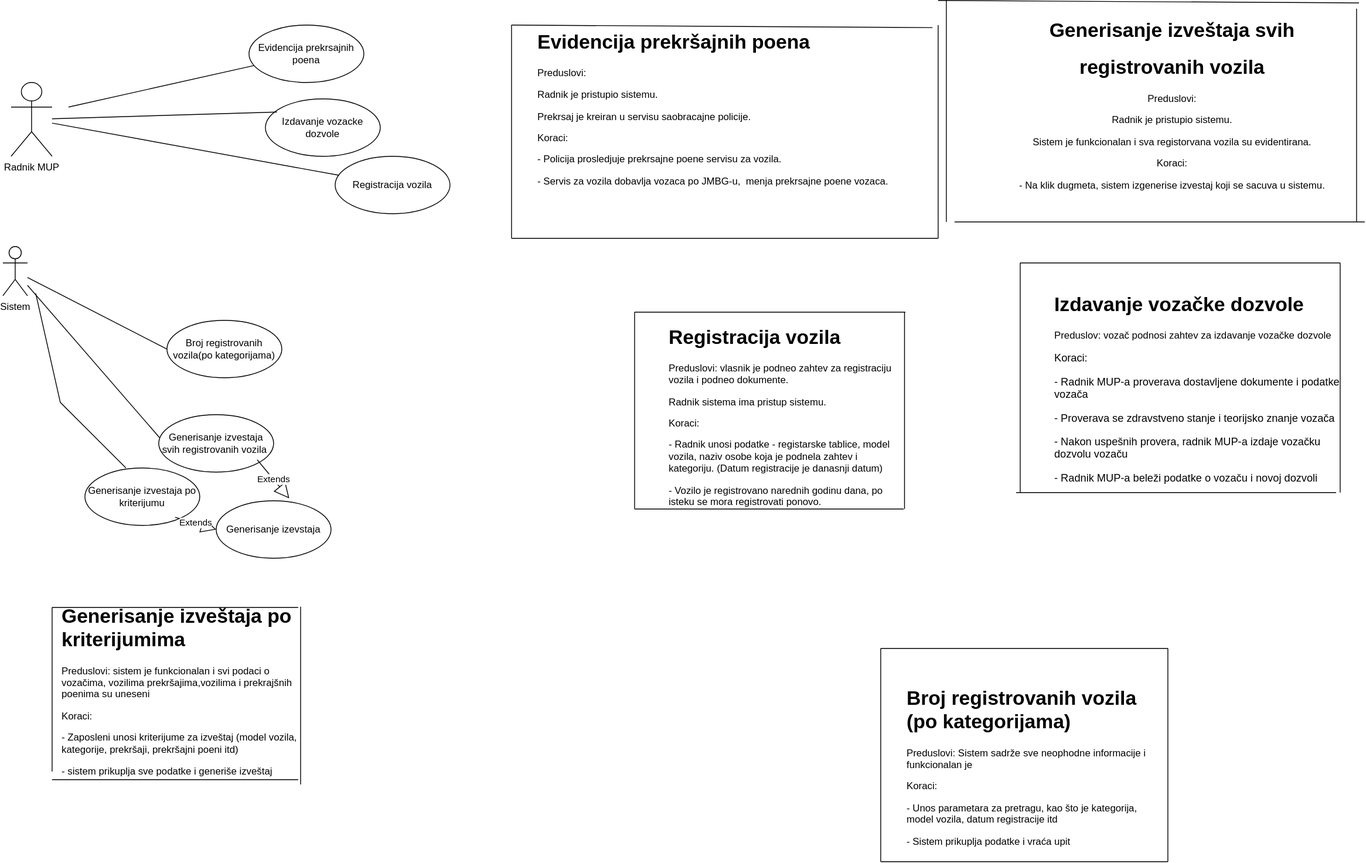
Earlier version of the draw.io export Diagrams/MupVozila_UseCaseDiagram.svg (anna02272/EGovernment). Source tidied: cells renumbered, new cells last; positions are measured from the earlier drawing's top-left corner, leaving out a move shared by most shapes.
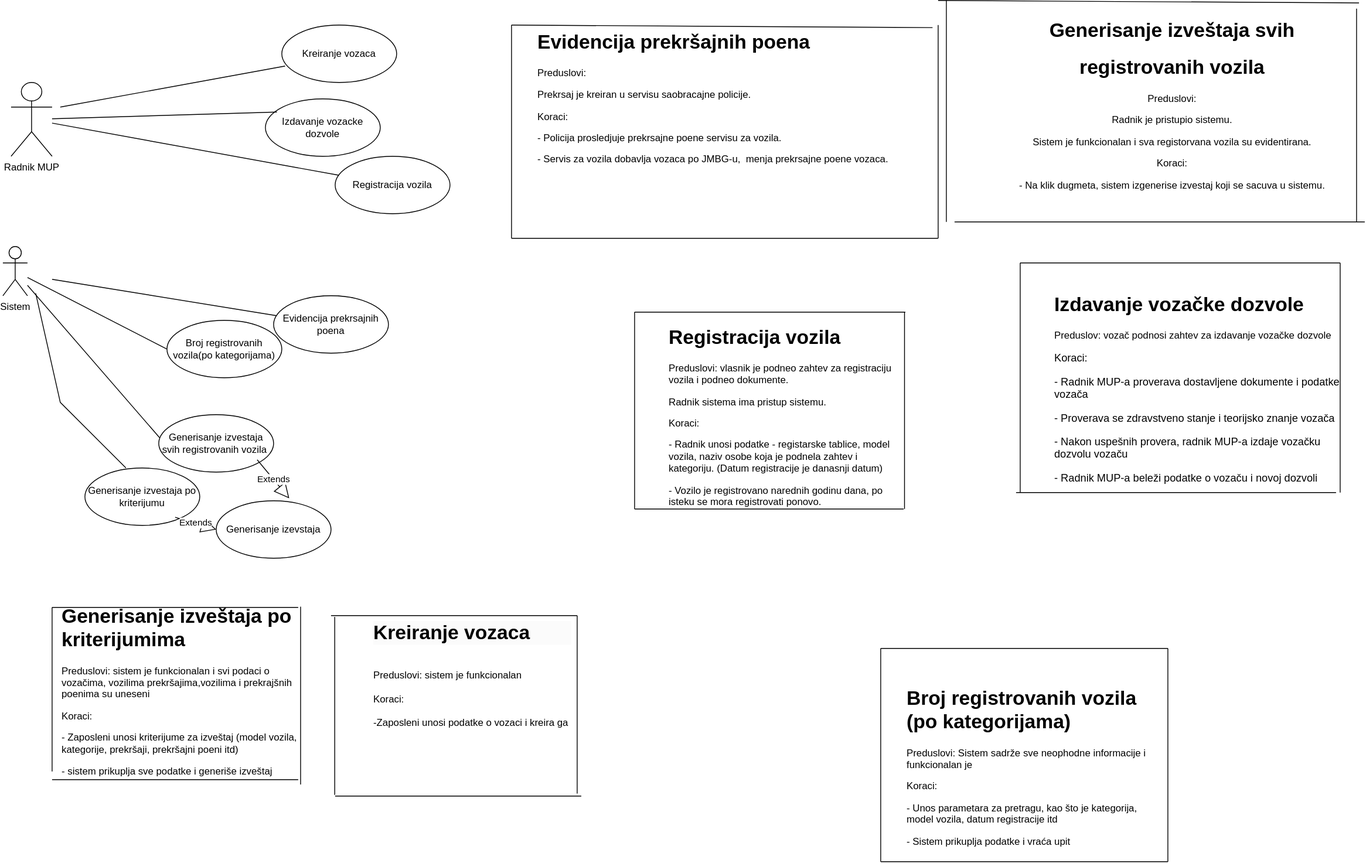
After the change.

The edit, as a diff of the source:
```diff
@@ -7,11 +7,11 @@
     </mxCell>
     <mxCell id="3" style="endArrow=none;html=1;rounded=0;" parent="1" edge="1" target="4">
       <mxGeometry relative="1" as="geometry">
-        <mxPoint x="80" y="130" as="sourcePoint" />
+        <mxPoint x="60" y="340" as="sourcePoint" />
       </mxGeometry>
     </mxCell>
     <mxCell id="4" value="Evidencija prekrsajnih poena" style="ellipse;whiteSpace=wrap;html=1;" parent="1" vertex="1">
-      <mxGeometry x="300" y="30" width="140" height="70" as="geometry" />
+      <mxGeometry x="330" y="360" width="140" height="70" as="geometry" />
     </mxCell>
     <mxCell id="5" value="Registracija vozila" style="ellipse;whiteSpace=wrap;html=1;" parent="1" vertex="1">
       <mxGeometry x="405" y="190" width="140" height="70" as="geometry" />
@@ -40,7 +40,7 @@
     <mxCell id="13" style="endArrow=none;html=1;rounded=0;entryX=0;entryY=0.5;entryDx=0;entryDy=0;" parent="1" edge="1" source="9" target="10">
       <mxGeometry relative="1" as="geometry" />
     </mxCell>
-    <mxCell id="14" value="&lt;h1 style=&quot;margin-top: 0px;&quot;&gt;Evidencija prekršajnih poena&amp;nbsp;&lt;/h1&gt;&lt;p&gt;Preduslovi:&lt;/p&gt;&lt;p&gt;Radnik je pristupio sistemu.&lt;/p&gt;&lt;p&gt;Prekrsaj je kreiran u servisu saobracajne policije.&lt;/p&gt;&lt;p&gt;Koraci:&lt;/p&gt;&lt;p&gt;- Policija prosledjuje prekrsajne poene servisu za vozila.&lt;/p&gt;&lt;p&gt;- Servis za vozila dobavlja vozaca po JMBG-u,&amp;nbsp; menja prekrsajne poene vozaca.&lt;/p&gt;&lt;p&gt;&lt;br&gt;&lt;/p&gt;" style="text;html=1;whiteSpace=wrap;overflow=hidden;rounded=0;" parent="1" vertex="1">
+    <mxCell id="14" value="&lt;h1 style=&quot;margin-top: 0px;&quot;&gt;Evidencija prekršajnih poena&amp;nbsp;&lt;/h1&gt;&lt;p&gt;Preduslovi:&lt;/p&gt;&lt;p&gt;&lt;span style=&quot;background-color: initial;&quot;&gt;Prekrsaj je kreiran u servisu saobracajne policije.&lt;/span&gt;&lt;br&gt;&lt;/p&gt;&lt;p&gt;Koraci:&lt;/p&gt;&lt;p&gt;- Policija prosledjuje prekrsajne poene servisu za vozila.&lt;/p&gt;&lt;p&gt;- Servis za vozila dobavlja vozaca po JMBG-u,&amp;nbsp; menja prekrsajne poene vozaca.&lt;/p&gt;&lt;p&gt;&lt;br&gt;&lt;/p&gt;" style="text;html=1;whiteSpace=wrap;overflow=hidden;rounded=0;" parent="1" vertex="1">
       <mxGeometry x="650" y="30" width="490" height="260" as="geometry" />
     </mxCell>
     <mxCell id="15" style="endArrow=none;html=1;rounded=0;exitX=1;exitY=0;exitDx=0;exitDy=0;entryX=1;entryY=1;entryDx=0;entryDy=0;" parent="1" edge="1" source="14" target="14">
@@ -224,5 +224,41 @@
         <mxPoint x="1660" y="270" as="targetPoint" />
       </mxGeometry>
     </mxCell>
+    <mxCell id="49" style="endArrow=none;html=1;rounded=0;entryX=0.1;entryY=0.229;entryDx=0;entryDy=0;entryPerimeter=0;" parent="1" edge="1">
+      <mxGeometry relative="1" as="geometry">
+        <mxPoint x="70" y="130" as="sourcePoint" />
+        <mxPoint x="344" y="80" as="targetPoint" />
+      </mxGeometry>
+    </mxCell>
+    <mxCell id="50" value="Kreiranje vozaca" style="ellipse;whiteSpace=wrap;html=1;" parent="1" vertex="1">
+      <mxGeometry x="340" y="30" width="140" height="70" as="geometry" />
+    </mxCell>
+    <mxCell id="51" value="&lt;h1 style=&quot;forced-color-adjust: none; color: rgb(0, 0, 0); font-family: Helvetica; font-style: normal; font-variant-ligatures: normal; font-variant-caps: normal; letter-spacing: normal; orphans: 2; text-align: left; text-indent: 0px; text-transform: none; widows: 2; word-spacing: 0px; -webkit-text-stroke-width: 0px; white-space: normal; background-color: rgb(251, 251, 251); text-decoration-thickness: initial; text-decoration-style: initial; text-decoration-color: initial; margin-top: 0px;&quot;&gt;Kreiranje vozaca&lt;/h1&gt;&lt;div&gt;&lt;br&gt;&lt;/div&gt;&lt;div&gt;Preduslovi: sistem je funkcionalan&amp;nbsp;&lt;br&gt;&lt;/div&gt;&lt;div&gt;&lt;br&gt;&lt;/div&gt;&lt;div&gt;Koraci:&lt;/div&gt;&lt;div&gt;&lt;br&gt;&lt;/div&gt;&lt;div&gt;-Zaposleni unosi podatke o vozaci i kreira ga&amp;nbsp;&lt;/div&gt;" style="text;whiteSpace=wrap;html=1;" parent="1" vertex="1">
+      <mxGeometry x="450" y="750" width="480" height="80" as="geometry" />
+    </mxCell>
+    <mxCell id="52" style="endArrow=none;html=1;rounded=0;entryX=1.01;entryY=0.035;entryDx=0;entryDy=0;entryPerimeter=0;exitX=1.01;exitY=0.869;exitDx=0;exitDy=0;exitPerimeter=0;" parent="1" edge="1">
+      <mxGeometry relative="1" as="geometry">
+        <mxPoint x="700" y="967" as="sourcePoint" />
+        <mxPoint x="700" y="750" as="targetPoint" />
+      </mxGeometry>
+    </mxCell>
+    <mxCell id="53" style="endArrow=none;html=1;rounded=0;" parent="1" edge="1">
+      <mxGeometry relative="1" as="geometry">
+        <mxPoint x="405" y="970" as="sourcePoint" />
+        <mxPoint x="705" y="970" as="targetPoint" />
+      </mxGeometry>
+    </mxCell>
+    <mxCell id="54" style="endArrow=none;html=1;rounded=0;entryX=1.01;entryY=0.035;entryDx=0;entryDy=0;entryPerimeter=0;exitX=1.01;exitY=0.869;exitDx=0;exitDy=0;exitPerimeter=0;" parent="1" edge="1">
+      <mxGeometry relative="1" as="geometry">
+        <mxPoint x="404.5" y="968.5" as="sourcePoint" />
+        <mxPoint x="404.5" y="751.5" as="targetPoint" />
+      </mxGeometry>
+    </mxCell>
+    <mxCell id="55" style="endArrow=none;html=1;rounded=0;" parent="1" edge="1">
+      <mxGeometry relative="1" as="geometry">
+        <mxPoint x="400" y="750" as="sourcePoint" />
+        <mxPoint x="700" y="750" as="targetPoint" />
+      </mxGeometry>
+    </mxCell>
   </root>
 </mxGraphModel>
```
